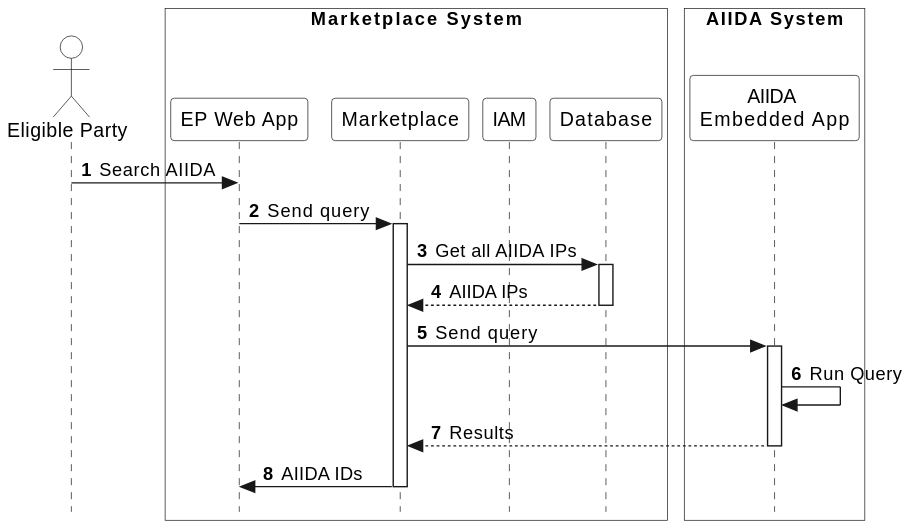
eddie-energy/architecture keeps this PlantUML diagram as arc42/marketplace/runtime-view/figures/marketplace-check-aiida.svg. Above is the earlier version. Source of this version:
```plantuml
@startuml
skinparam style strictuml
skinparam sequence {
  ParticipantBackgroundColor transparent
  ActorBackgroundColor transparent
}

autonumber
!pragma teoz true

actor "Eligible Party" as ep
box "Marketplace System" #transparent
  participant "EP Web App" as app
  participant "Marketplace" as marketplace
  participant "IAM" as iam
  participant "Database" as database
end box

box "AIIDA System" #transparent
  participant "AIIDA \nEmbedded App" as aiida
end box

ep -> app : Search AIIDA
app -> marketplace : Send query
activate marketplace
marketplace -> database : Get all AIIDA IPs
activate database
database --> marketplace : AIIDA IPs
deactivate database
marketplace -> aiida : Send query
activate aiida
aiida -> aiida : Run Query
aiida --> marketplace : Results
deactivate aiida
marketplace -> app : AIIDA IDs
deactivate marketplace
@enduml
```
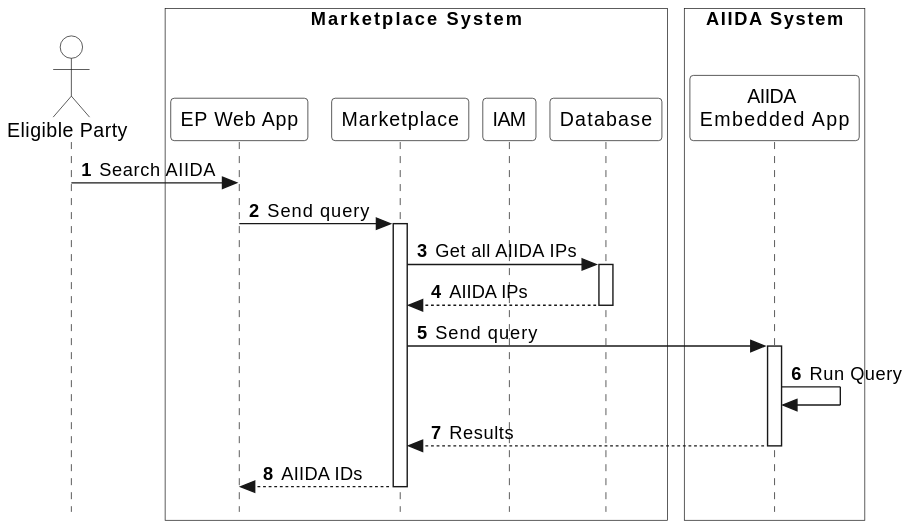
After the change.

Commit message:
Add an intro for the marketplace

Diff of the diagram source:
```diff
@@ -32,6 +32,6 @@
 aiida -> aiida : Run Query
 aiida --> marketplace : Results
 deactivate aiida
-marketplace -> app : AIIDA IDs
+marketplace --> app : AIIDA IDs
 deactivate marketplace
 @enduml
```
